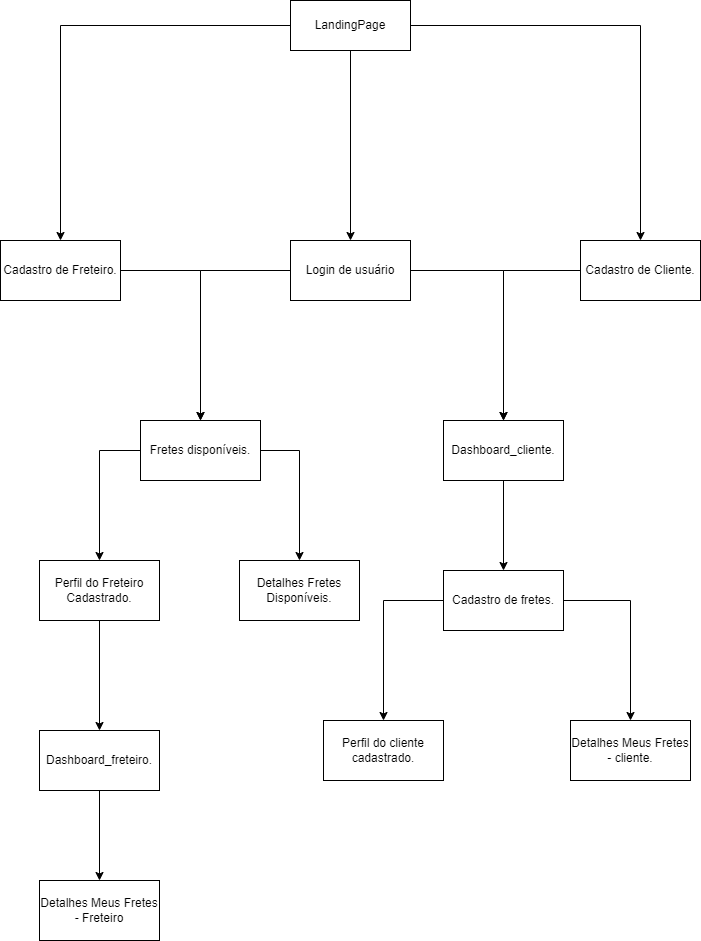
This is docs/Mapadosite.drawio.png from tads-cnat/fretex, a draw.io export, as it was before one commit. Source tidied: cells renumbered, new cells last; positions are measured from the earlier drawing's top-left corner, leaving out a move shared by most shapes. Its diagram source:
```xml
<mxGraphModel>
  <root>
    <mxCell id="0" />
    <mxCell id="1" parent="0" />
    <mxCell id="2" style="edgeStyle=orthogonalEdgeStyle;rounded=0;jettySize=auto;html=1;" parent="1" edge="1" source="5" target="12">
      <mxGeometry relative="1" as="geometry" />
    </mxCell>
    <mxCell id="3" style="edgeStyle=orthogonalEdgeStyle;rounded=0;jettySize=auto;html=1;" parent="1" edge="1" source="5" target="9">
      <mxGeometry relative="1" as="geometry" />
    </mxCell>
    <mxCell id="4" style="edgeStyle=orthogonalEdgeStyle;rounded=0;jettySize=auto;html=1;entryX=0.5;entryY=0;entryDx=0;entryDy=0;" parent="1" edge="1" source="5" target="7">
      <mxGeometry relative="1" as="geometry" />
    </mxCell>
    <mxCell id="5" value="LandingPage" style="rounded=0;whiteSpace=wrap;html=1;" parent="1" vertex="1">
      <mxGeometry x="290" width="120" height="50" as="geometry" />
    </mxCell>
    <mxCell id="6" style="edgeStyle=orthogonalEdgeStyle;rounded=0;jettySize=auto;html=1;entryX=0.5;entryY=0;entryDx=0;entryDy=0;entryPerimeter=0;" parent="1" edge="1" source="7" target="15">
      <mxGeometry relative="1" as="geometry" />
    </mxCell>
    <mxCell id="7" value="Cadastro de Freteiro." style="rounded=0;whiteSpace=wrap;html=1;" parent="1" vertex="1">
      <mxGeometry y="240" width="120" height="60" as="geometry" />
    </mxCell>
    <mxCell id="8" style="edgeStyle=orthogonalEdgeStyle;rounded=0;jettySize=auto;html=1;" parent="1" edge="1" source="9" target="19">
      <mxGeometry relative="1" as="geometry" />
    </mxCell>
    <mxCell id="9" value="Cadastro de Cliente." style="rounded=0;whiteSpace=wrap;html=1;" parent="1" vertex="1">
      <mxGeometry x="580" y="240" width="120" height="60" as="geometry" />
    </mxCell>
    <mxCell id="10" style="edgeStyle=orthogonalEdgeStyle;rounded=0;jettySize=auto;html=1;" parent="1" edge="1" source="12" target="19">
      <mxGeometry relative="1" as="geometry" />
    </mxCell>
    <mxCell id="11" style="edgeStyle=orthogonalEdgeStyle;rounded=0;jettySize=auto;html=1;" parent="1" edge="1" source="12" target="15">
      <mxGeometry relative="1" as="geometry" />
    </mxCell>
    <mxCell id="12" value="Login de usuário" style="rounded=0;whiteSpace=wrap;html=1;" parent="1" vertex="1">
      <mxGeometry x="290" y="240" width="120" height="60" as="geometry" />
    </mxCell>
    <mxCell id="13" style="edgeStyle=orthogonalEdgeStyle;rounded=0;jettySize=auto;html=1;entryX=0.5;entryY=0;entryDx=0;entryDy=0;" parent="1" edge="1" source="15" target="21">
      <mxGeometry relative="1" as="geometry">
        <Array as="points">
          <mxPoint x="99" y="450" />
        </Array>
      </mxGeometry>
    </mxCell>
    <mxCell id="14" style="edgeStyle=orthogonalEdgeStyle;rounded=0;jettySize=auto;html=1;" parent="1" edge="1" source="15" target="26">
      <mxGeometry relative="1" as="geometry">
        <Array as="points">
          <mxPoint x="299" y="450" />
        </Array>
      </mxGeometry>
    </mxCell>
    <mxCell id="15" value="Fretes disponíveis." style="rounded=0;whiteSpace=wrap;html=1;" parent="1" vertex="1">
      <mxGeometry x="140" y="420" width="120" height="60" as="geometry" />
    </mxCell>
    <mxCell id="16" style="edgeStyle=orthogonalEdgeStyle;rounded=0;jettySize=auto;html=1;" parent="1" edge="1" source="17" target="28">
      <mxGeometry relative="1" as="geometry" />
    </mxCell>
    <mxCell id="17" value="Dashboard_freteiro." style="rounded=0;whiteSpace=wrap;html=1;" parent="1" vertex="1">
      <mxGeometry x="39" y="730" width="120" height="60" as="geometry" />
    </mxCell>
    <mxCell id="18" style="edgeStyle=orthogonalEdgeStyle;rounded=0;jettySize=auto;html=1;" parent="1" edge="1" source="19" target="25">
      <mxGeometry relative="1" as="geometry" />
    </mxCell>
    <mxCell id="19" value="Dashboard_cliente." style="rounded=0;whiteSpace=wrap;html=1;" parent="1" vertex="1">
      <mxGeometry x="443" y="420" width="120" height="60" as="geometry" />
    </mxCell>
    <mxCell id="20" style="edgeStyle=orthogonalEdgeStyle;rounded=0;jettySize=auto;html=1;" parent="1" edge="1" source="21" target="17">
      <mxGeometry relative="1" as="geometry" />
    </mxCell>
    <mxCell id="21" value="Perfil do Freteiro Cadastrado." style="rounded=0;whiteSpace=wrap;html=1;" parent="1" vertex="1">
      <mxGeometry x="39" y="560" width="120" height="60" as="geometry" />
    </mxCell>
    <mxCell id="22" value="Detalhes Meus Fretes - cliente." style="rounded=0;whiteSpace=wrap;html=1;" parent="1" vertex="1">
      <mxGeometry x="570" y="720" width="120" height="60" as="geometry" />
    </mxCell>
    <mxCell id="23" style="edgeStyle=orthogonalEdgeStyle;rounded=0;jettySize=auto;html=1;entryX=0.5;entryY=0;entryDx=0;entryDy=0;" parent="1" edge="1" source="25" target="22">
      <mxGeometry relative="1" as="geometry" />
    </mxCell>
    <mxCell id="24" style="edgeStyle=orthogonalEdgeStyle;rounded=0;jettySize=auto;html=1;entryX=0.5;entryY=0;entryDx=0;entryDy=0;" parent="1" edge="1" source="25" target="27">
      <mxGeometry relative="1" as="geometry">
        <Array as="points">
          <mxPoint x="383" y="600" />
        </Array>
      </mxGeometry>
    </mxCell>
    <mxCell id="25" value="Cadastro de fretes." style="rounded=0;whiteSpace=wrap;html=1;" parent="1" vertex="1">
      <mxGeometry x="443" y="570" width="120" height="60" as="geometry" />
    </mxCell>
    <mxCell id="26" value="Detalhes Fretes Disponíveis." style="rounded=0;whiteSpace=wrap;html=1;" parent="1" vertex="1">
      <mxGeometry x="239" y="560" width="120" height="60" as="geometry" />
    </mxCell>
    <mxCell id="27" value="Perfil do cliente cadastrado." style="rounded=0;whiteSpace=wrap;html=1;" parent="1" vertex="1">
      <mxGeometry x="323" y="720" width="120" height="60" as="geometry" />
    </mxCell>
    <mxCell id="28" value="Detalhes Meus Fretes - Freteiro" style="rounded=0;whiteSpace=wrap;html=1;" parent="1" vertex="1">
      <mxGeometry x="39" y="880" width="120" height="60" as="geometry" />
    </mxCell>
  </root>
</mxGraphModel>
```
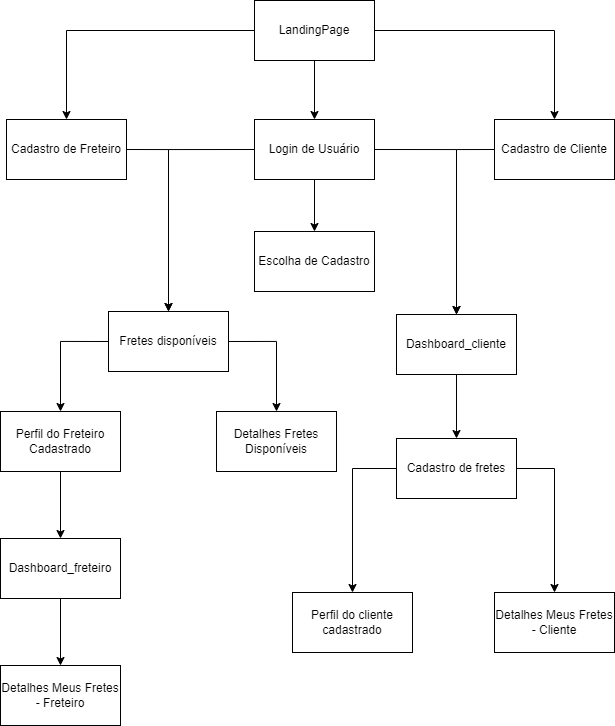
The same file after the commit.

What changed in the source:
```diff
@@ -2,98 +2,92 @@
   <root>
     <mxCell id="0" />
     <mxCell id="1" parent="0" />
-    <mxCell id="2" style="edgeStyle=orthogonalEdgeStyle;rounded=0;jettySize=auto;html=1;" parent="1" edge="1" source="5" target="12">
-      <mxGeometry relative="1" as="geometry" />
-    </mxCell>
-    <mxCell id="3" style="edgeStyle=orthogonalEdgeStyle;rounded=0;jettySize=auto;html=1;" parent="1" edge="1" source="5" target="9">
-      <mxGeometry relative="1" as="geometry" />
-    </mxCell>
-    <mxCell id="4" style="edgeStyle=orthogonalEdgeStyle;rounded=0;jettySize=auto;html=1;entryX=0.5;entryY=0;entryDx=0;entryDy=0;" parent="1" edge="1" source="5" target="7">
-      <mxGeometry relative="1" as="geometry" />
-    </mxCell>
+    <mxCell id="29" style="edgeStyle=orthogonalEdgeStyle;rounded=0;jettySize=auto;html=1;exitX=0.5;exitY=1;exitDx=0;exitDy=0;" parent="1" edge="1" source="5" target="46">
+      <mxGeometry relative="1" as="geometry" />
+    </mxCell>
+    <mxCell id="30" style="edgeStyle=orthogonalEdgeStyle;rounded=0;jettySize=auto;html=1;exitX=1;exitY=0.5;exitDx=0;exitDy=0;" parent="1" edge="1" source="5" target="36">
+      <mxGeometry relative="1" as="geometry" />
+    </mxCell>
+    <mxCell id="31" style="edgeStyle=orthogonalEdgeStyle;rounded=0;jettySize=auto;html=1;exitX=0;exitY=0.5;exitDx=0;exitDy=0;" parent="1" edge="1" source="5" target="33">
+      <mxGeometry relative="1" as="geometry" />
+    </mxCell>
     <mxCell id="5" value="LandingPage" style="rounded=0;whiteSpace=wrap;html=1;" parent="1" vertex="1">
-      <mxGeometry x="290" width="120" height="50" as="geometry" />
+      <mxGeometry x="20" y="-680" width="120" height="60" as="geometry" />
     </mxCell>
-    <mxCell id="6" style="edgeStyle=orthogonalEdgeStyle;rounded=0;jettySize=auto;html=1;entryX=0.5;entryY=0;entryDx=0;entryDy=0;entryPerimeter=0;" parent="1" edge="1" source="7" target="15">
-      <mxGeometry relative="1" as="geometry" />
-    </mxCell>
-    <mxCell id="7" value="Cadastro de Freteiro." style="rounded=0;whiteSpace=wrap;html=1;" parent="1" vertex="1">
-      <mxGeometry y="240" width="120" height="60" as="geometry" />
-    </mxCell>
-    <mxCell id="8" style="edgeStyle=orthogonalEdgeStyle;rounded=0;jettySize=auto;html=1;" parent="1" edge="1" source="9" target="19">
-      <mxGeometry relative="1" as="geometry" />
-    </mxCell>
-    <mxCell id="9" value="Cadastro de Cliente." style="rounded=0;whiteSpace=wrap;html=1;" parent="1" vertex="1">
-      <mxGeometry x="580" y="240" width="120" height="60" as="geometry" />
-    </mxCell>
-    <mxCell id="10" style="edgeStyle=orthogonalEdgeStyle;rounded=0;jettySize=auto;html=1;" parent="1" edge="1" source="12" target="19">
-      <mxGeometry relative="1" as="geometry" />
-    </mxCell>
-    <mxCell id="11" style="edgeStyle=orthogonalEdgeStyle;rounded=0;jettySize=auto;html=1;" parent="1" edge="1" source="12" target="15">
-      <mxGeometry relative="1" as="geometry" />
-    </mxCell>
-    <mxCell id="12" value="Login de usuário" style="rounded=0;whiteSpace=wrap;html=1;" parent="1" vertex="1">
-      <mxGeometry x="290" y="240" width="120" height="60" as="geometry" />
-    </mxCell>
-    <mxCell id="13" style="edgeStyle=orthogonalEdgeStyle;rounded=0;jettySize=auto;html=1;entryX=0.5;entryY=0;entryDx=0;entryDy=0;" parent="1" edge="1" source="15" target="21">
-      <mxGeometry relative="1" as="geometry">
-        <Array as="points">
-          <mxPoint x="99" y="450" />
-        </Array>
-      </mxGeometry>
-    </mxCell>
-    <mxCell id="14" style="edgeStyle=orthogonalEdgeStyle;rounded=0;jettySize=auto;html=1;" parent="1" edge="1" source="15" target="26">
-      <mxGeometry relative="1" as="geometry">
-        <Array as="points">
-          <mxPoint x="299" y="450" />
-        </Array>
-      </mxGeometry>
-    </mxCell>
-    <mxCell id="15" value="Fretes disponíveis." style="rounded=0;whiteSpace=wrap;html=1;" parent="1" vertex="1">
-      <mxGeometry x="140" y="420" width="120" height="60" as="geometry" />
-    </mxCell>
-    <mxCell id="16" style="edgeStyle=orthogonalEdgeStyle;rounded=0;jettySize=auto;html=1;" parent="1" edge="1" source="17" target="28">
-      <mxGeometry relative="1" as="geometry" />
-    </mxCell>
-    <mxCell id="17" value="Dashboard_freteiro." style="rounded=0;whiteSpace=wrap;html=1;" parent="1" vertex="1">
-      <mxGeometry x="39" y="730" width="120" height="60" as="geometry" />
-    </mxCell>
-    <mxCell id="18" style="edgeStyle=orthogonalEdgeStyle;rounded=0;jettySize=auto;html=1;" parent="1" edge="1" source="19" target="25">
-      <mxGeometry relative="1" as="geometry" />
-    </mxCell>
-    <mxCell id="19" value="Dashboard_cliente." style="rounded=0;whiteSpace=wrap;html=1;" parent="1" vertex="1">
-      <mxGeometry x="443" y="420" width="120" height="60" as="geometry" />
-    </mxCell>
-    <mxCell id="20" style="edgeStyle=orthogonalEdgeStyle;rounded=0;jettySize=auto;html=1;" parent="1" edge="1" source="21" target="17">
-      <mxGeometry relative="1" as="geometry" />
-    </mxCell>
-    <mxCell id="21" value="Perfil do Freteiro Cadastrado." style="rounded=0;whiteSpace=wrap;html=1;" parent="1" vertex="1">
-      <mxGeometry x="39" y="560" width="120" height="60" as="geometry" />
-    </mxCell>
-    <mxCell id="22" value="Detalhes Meus Fretes - cliente." style="rounded=0;whiteSpace=wrap;html=1;" parent="1" vertex="1">
-      <mxGeometry x="570" y="720" width="120" height="60" as="geometry" />
-    </mxCell>
-    <mxCell id="23" style="edgeStyle=orthogonalEdgeStyle;rounded=0;jettySize=auto;html=1;entryX=0.5;entryY=0;entryDx=0;entryDy=0;" parent="1" edge="1" source="25" target="22">
-      <mxGeometry relative="1" as="geometry" />
-    </mxCell>
-    <mxCell id="24" style="edgeStyle=orthogonalEdgeStyle;rounded=0;jettySize=auto;html=1;entryX=0.5;entryY=0;entryDx=0;entryDy=0;" parent="1" edge="1" source="25" target="27">
-      <mxGeometry relative="1" as="geometry">
-        <Array as="points">
-          <mxPoint x="383" y="600" />
-        </Array>
-      </mxGeometry>
-    </mxCell>
-    <mxCell id="25" value="Cadastro de fretes." style="rounded=0;whiteSpace=wrap;html=1;" parent="1" vertex="1">
-      <mxGeometry x="443" y="570" width="120" height="60" as="geometry" />
-    </mxCell>
-    <mxCell id="26" value="Detalhes Fretes Disponíveis." style="rounded=0;whiteSpace=wrap;html=1;" parent="1" vertex="1">
-      <mxGeometry x="239" y="560" width="120" height="60" as="geometry" />
-    </mxCell>
-    <mxCell id="27" value="Perfil do cliente cadastrado." style="rounded=0;whiteSpace=wrap;html=1;" parent="1" vertex="1">
-      <mxGeometry x="323" y="720" width="120" height="60" as="geometry" />
-    </mxCell>
+    <mxCell id="32" style="edgeStyle=orthogonalEdgeStyle;rounded=0;jettySize=auto;html=1;exitX=1;exitY=0.5;exitDx=0;exitDy=0;" parent="1" edge="1" source="33" target="39">
+      <mxGeometry relative="1" as="geometry" />
+    </mxCell>
+    <mxCell id="33" value="Cadastro de Freteiro" style="rounded=0;whiteSpace=wrap;html=1;" parent="1" vertex="1">
+      <mxGeometry x="-228" y="-561" width="120" height="60" as="geometry" />
+    </mxCell>
+    <mxCell id="34" value="Detalhes Fretes Disponíveis" style="rounded=0;whiteSpace=wrap;html=1;" parent="1" vertex="1">
+      <mxGeometry x="-18" y="-269" width="120" height="60" as="geometry" />
+    </mxCell>
+    <mxCell id="35" style="edgeStyle=orthogonalEdgeStyle;rounded=0;jettySize=auto;html=1;exitX=0;exitY=0.5;exitDx=0;exitDy=0;" parent="1" edge="1" source="36" target="50">
+      <mxGeometry relative="1" as="geometry" />
+    </mxCell>
+    <mxCell id="36" value="Cadastro de Cliente" style="rounded=0;whiteSpace=wrap;html=1;" parent="1" vertex="1">
+      <mxGeometry x="260" y="-561" width="120" height="60" as="geometry" />
+    </mxCell>
+    <mxCell id="37" style="edgeStyle=orthogonalEdgeStyle;rounded=0;jettySize=auto;html=1;exitX=0;exitY=0.5;exitDx=0;exitDy=0;" parent="1" edge="1" source="39" target="48">
+      <mxGeometry relative="1" as="geometry" />
+    </mxCell>
+    <mxCell id="38" style="edgeStyle=orthogonalEdgeStyle;rounded=0;jettySize=auto;html=1;exitX=1;exitY=0.5;exitDx=0;exitDy=0;" parent="1" edge="1" source="39" target="34">
+      <mxGeometry relative="1" as="geometry" />
+    </mxCell>
+    <mxCell id="39" value="Fretes disponíveis" style="rounded=0;whiteSpace=wrap;html=1;" parent="1" vertex="1">
+      <mxGeometry x="-126" y="-369" width="120" height="60" as="geometry" />
+    </mxCell>
+    <mxCell id="40" style="edgeStyle=orthogonalEdgeStyle;rounded=0;jettySize=auto;html=1;exitX=1;exitY=0.5;exitDx=0;exitDy=0;" parent="1" edge="1" source="42" target="54">
+      <mxGeometry relative="1" as="geometry" />
+    </mxCell>
+    <mxCell id="41" style="edgeStyle=orthogonalEdgeStyle;rounded=0;jettySize=auto;html=1;exitX=0;exitY=0.5;exitDx=0;exitDy=0;entryX=0.5;entryY=0;entryDx=0;entryDy=0;" parent="1" edge="1" source="42" target="53">
+      <mxGeometry relative="1" as="geometry" />
+    </mxCell>
+    <mxCell id="42" value="Cadastro de fretes" style="rounded=0;whiteSpace=wrap;html=1;" parent="1" vertex="1">
+      <mxGeometry x="162" y="-242" width="120" height="60" as="geometry" />
+    </mxCell>
+    <mxCell id="43" style="edgeStyle=orthogonalEdgeStyle;rounded=0;jettySize=auto;html=1;exitX=0;exitY=0.5;exitDx=0;exitDy=0;" parent="1" edge="1" source="46" target="39">
+      <mxGeometry relative="1" as="geometry" />
+    </mxCell>
+    <mxCell id="44" style="edgeStyle=orthogonalEdgeStyle;rounded=0;jettySize=auto;html=1;exitX=1;exitY=0.5;exitDx=0;exitDy=0;" parent="1" edge="1" source="46" target="50">
+      <mxGeometry relative="1" as="geometry" />
+    </mxCell>
+    <mxCell id="45" style="edgeStyle=orthogonalEdgeStyle;rounded=0;jettySize=auto;html=1;exitX=0.5;exitY=1;exitDx=0;exitDy=0;entryX=0.5;entryY=0;entryDx=0;entryDy=0;" parent="1" edge="1" source="46" target="55">
+      <mxGeometry relative="1" as="geometry" />
+    </mxCell>
+    <mxCell id="46" value="Login de Usuário" style="rounded=0;whiteSpace=wrap;html=1;" parent="1" vertex="1">
+      <mxGeometry x="20" y="-561" width="120" height="60" as="geometry" />
+    </mxCell>
+    <mxCell id="47" style="edgeStyle=orthogonalEdgeStyle;rounded=0;jettySize=auto;html=1;exitX=0.5;exitY=1;exitDx=0;exitDy=0;" parent="1" edge="1" source="48" target="52">
+      <mxGeometry relative="1" as="geometry" />
+    </mxCell>
+    <mxCell id="48" value="Perfil do Freteiro Cadastrado" style="rounded=0;whiteSpace=wrap;html=1;" parent="1" vertex="1">
+      <mxGeometry x="-234" y="-269" width="120" height="60" as="geometry" />
+    </mxCell>
+    <mxCell id="49" style="edgeStyle=orthogonalEdgeStyle;rounded=0;jettySize=auto;html=1;exitX=0.5;exitY=1;exitDx=0;exitDy=0;" parent="1" edge="1" source="50" target="42">
+      <mxGeometry relative="1" as="geometry" />
+    </mxCell>
+    <mxCell id="50" value="Dashboard_cliente" style="rounded=0;whiteSpace=wrap;html=1;" parent="1" vertex="1">
+      <mxGeometry x="162" y="-366" width="120" height="60" as="geometry" />
+    </mxCell>
+    <mxCell id="51" style="edgeStyle=orthogonalEdgeStyle;rounded=0;jettySize=auto;html=1;exitX=0.5;exitY=1;exitDx=0;exitDy=0;" parent="1" edge="1" source="52" target="28">
+      <mxGeometry relative="1" as="geometry" />
+    </mxCell>
+    <mxCell id="52" value="Dashboard_freteiro" style="rounded=0;whiteSpace=wrap;html=1;" parent="1" vertex="1">
+      <mxGeometry x="-234" y="-142" width="120" height="60" as="geometry" />
+    </mxCell>
     <mxCell id="28" value="Detalhes Meus Fretes - Freteiro" style="rounded=0;whiteSpace=wrap;html=1;" parent="1" vertex="1">
-      <mxGeometry x="39" y="880" width="120" height="60" as="geometry" />
+      <mxGeometry x="-234" y="-15" width="120" height="60" as="geometry" />
     </mxCell>
+    <mxCell id="53" value="Perfil do cliente cadastrado" style="rounded=0;whiteSpace=wrap;html=1;" parent="1" vertex="1">
+      <mxGeometry x="58" y="-88" width="120" height="60" as="geometry" />
+    </mxCell>
+    <mxCell id="54" value="Detalhes Meus Fretes - Cliente" style="rounded=0;whiteSpace=wrap;html=1;" parent="1" vertex="1">
+      <mxGeometry x="260" y="-88" width="120" height="60" as="geometry" />
+    </mxCell>
+    <mxCell id="55" value="Escolha de Cadastro" style="rounded=0;whiteSpace=wrap;html=1;" parent="1" vertex="1">
+      <mxGeometry x="20" y="-449" width="120" height="60" as="geometry" />
+    </mxCell>
   </root>
 </mxGraphModel>
```
